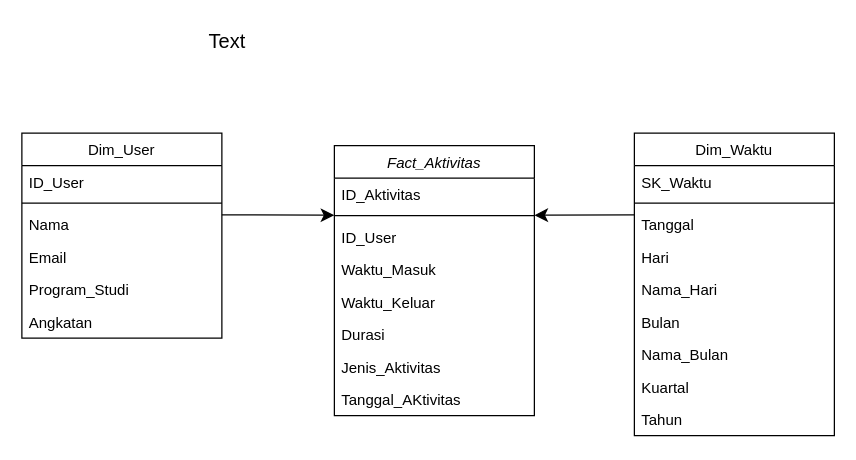
arknsa/arknsa keeps this draw.io diagram as page "Fact_Kunjungan" (1 of 5) of Star Schema UAS.drawio. Above is the earlier version. Source tidied: cells renumbered, new cells numbered last; positions are measured from the earlier drawing's top-left corner, leaving out a move shared by most shapes. Both pictures are drawn from the tidied source at 125%, with x=0, y=0 at pixel (21, 21).
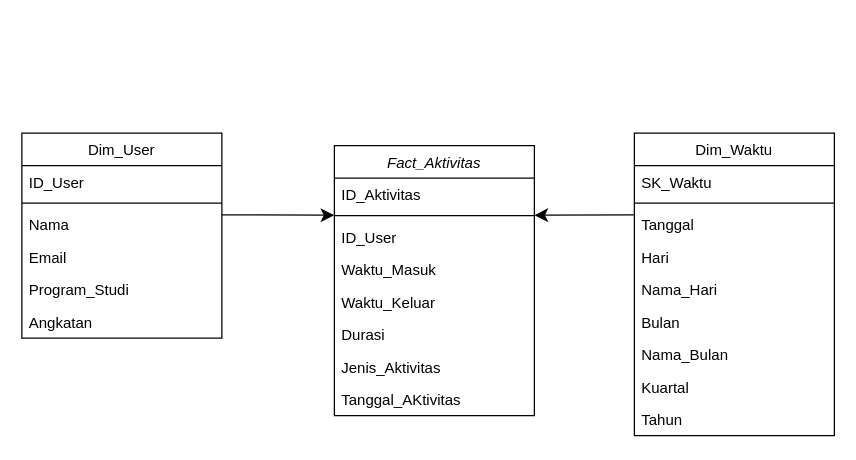
Above is the later version.

Change to the diagram source:
```diff
@@
-    <mxCell id="28" value="Text" style="text;html=1;align=center;verticalAlign=middle;strokeColor=none;fillColor=none;fontSize=16;" parent="1" vertex="1">
-      <mxGeometry x="139" width="50" height="30" as="geometry" />
-    </mxCell>
```
